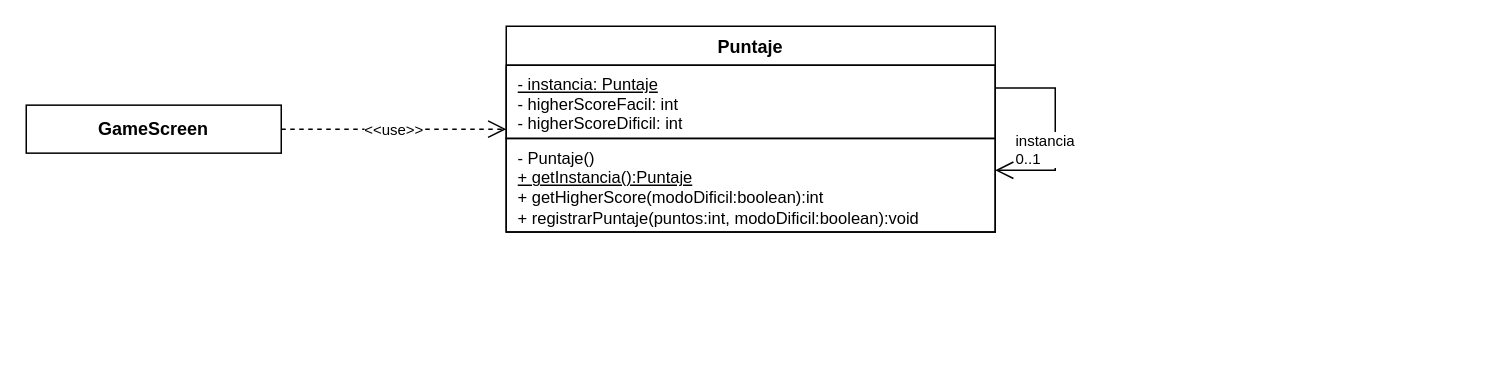
Above: docs/uml-gm6-singleton.drawio in The-Nick-J/GM-Lluvia (draw.io), before the change. Source tidied: cells renumbered, new cells numbered last; positions are measured from the earlier drawing's top-left corner, leaving out a move shared by most shapes. Both pictures are drawn from the tidied source at 150%, with x=0, y=0 at pixel (26, 26).
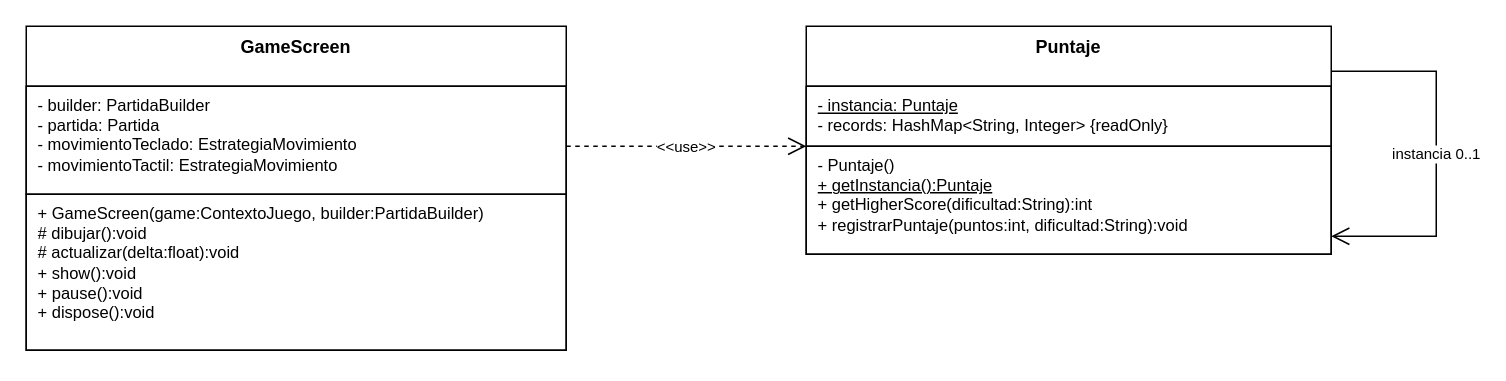
After the change.

The edit, as a diff of the source:
```diff
@@
 <mxGraphModel background="#ffffff">
   <root>
     <mxCell id="0" />
     <mxCell id="1" parent="0" />
+    <mxCell id="5" value="&lt;b&gt;GameScreen&lt;/b&gt;" style="swimlane;fontStyle=0;html=1;align=center;verticalAlign=top;horizontal=1;startSize=40;whiteSpace=wrap;fillColor=#ffffff;swimlaneFillColor=#ffffff;strokeColor=#000000;fontSize=12;fontFamily=Arial;fontColor=#000000;" parent="1" vertex="1">
+      <mxGeometry width="360" height="216" as="geometry" />
+    </mxCell>
+    <mxCell id="9" value="- builder: PartidaBuilder&lt;br&gt;- partida: Partida&lt;br&gt;- movimientoTeclado: EstrategiaMovimiento&lt;br&gt;- movimientoTactil: EstrategiaMovimiento" style="text;html=1;fillColor=none;align=left;verticalAlign=top;spacingLeft=6;spacingRight=4;overflow=hidden;whiteSpace=wrap;fontSize=11;strokeColor=#000000;fontFamily=Arial;fontColor=#000000;" parent="5" vertex="1">
+      <mxGeometry y="40" width="360" height="72" as="geometry" />
+    </mxCell>
+    <mxCell id="10" value="+ GameScreen(game:ContextoJuego, builder:PartidaBuilder)&lt;br&gt;# dibujar():void&lt;br&gt;# actualizar(delta:float):void&lt;br&gt;+ show():void&lt;br&gt;+ pause():void&lt;br&gt;+ dispose():void" style="text;html=1;fillColor=none;align=left;verticalAlign=top;spacingLeft=6;spacingRight=4;overflow=hidden;whiteSpace=wrap;fontSize=11;strokeColor=#000000;fontFamily=Arial;fontColor=#000000;" parent="5" vertex="1">
+      <mxGeometry y="112" width="360" height="104" as="geometry" />
+    </mxCell>
-    <mxCell id="2" value="&lt;b&gt;Puntaje&lt;/b&gt;" style="swimlane;fontStyle=0;html=1;align=center;verticalAlign=top;horizontal=1;startSize=26;whiteSpace=wrap;fillColor=#ffffff;swimlaneFillColor=#ffffff;strokeColor=#000000;fontSize=12;fontFamily=Arial;fontColor=#000000;" parent="1" vertex="1">
-      <mxGeometry x="320" width="326" height="137.2" as="geometry" />
+    <mxCell id="2" value="&lt;b&gt;Puntaje&lt;/b&gt;" style="swimlane;fontStyle=0;html=1;align=center;verticalAlign=top;horizontal=1;startSize=40;whiteSpace=wrap;fillColor=#ffffff;swimlaneFillColor=#ffffff;strokeColor=#000000;fontSize=12;fontFamily=Arial;fontColor=#000000;" parent="1" vertex="1">
+      <mxGeometry x="520" width="350" height="152" as="geometry" />
     </mxCell>
-    <mxCell id="3" value="&lt;u&gt;- instancia: Puntaje&lt;/u&gt;&lt;br&gt;- higherScoreFacil: int&lt;br&gt;- higherScoreDificil: int" style="text;html=1;fillColor=none;align=left;verticalAlign=top;spacingLeft=6;spacingRight=4;overflow=hidden;whiteSpace=wrap;fontSize=11;fontFamily=Arial;fontColor=#000000;strokeColor=#000000;" parent="2" vertex="1">
-      <mxGeometry y="26" width="326" height="48.8" as="geometry" />
-    </mxCell>
-    <mxCell id="4" value="- Puntaje()&lt;br&gt;&lt;u&gt;+ getInstancia():Puntaje&lt;/u&gt;&lt;br&gt;+ getHigherScore(modoDificil:boolean):int&lt;br&gt;+ registrarPuntaje(puntos:int, modoDificil:boolean):void" style="text;html=1;fillColor=none;align=left;verticalAlign=top;spacingLeft=6;spacingRight=4;overflow=hidden;whiteSpace=wrap;fontSize=11;fontFamily=Arial;fontColor=#000000;strokeColor=#000000;" parent="2" vertex="1">
-      <mxGeometry y="74.8" width="326" height="62.4" as="geometry" />
-    </mxCell>
-    <mxCell id="5" value="&lt;b&gt;GameScreen&lt;/b&gt;" style="rounded=0;whiteSpace=wrap;html=1;fillColor=#ffffff;strokeColor=#000000;fontSize=12;fontFamily=Arial;fontColor=#000000;" parent="1" vertex="1">
-      <mxGeometry y="52.6" width="170" height="32" as="geometry" />
-    </mxCell>
+    <mxCell id="11" value="&lt;u&gt;- instancia: Puntaje&lt;/u&gt;&lt;br&gt;- records: HashMap&amp;lt;String, Integer&amp;gt; {readOnly}" style="text;html=1;fillColor=none;align=left;verticalAlign=top;spacingLeft=6;spacingRight=4;overflow=hidden;whiteSpace=wrap;fontSize=11;strokeColor=#000000;fontFamily=Arial;fontColor=#000000;" parent="2" vertex="1">
+      <mxGeometry y="40" width="350" height="40" as="geometry" />
+    </mxCell>
+    <mxCell id="12" value="- Puntaje()&lt;br&gt;&lt;u&gt;+ getInstancia():Puntaje&lt;/u&gt;&lt;br&gt;+ getHigherScore(dificultad:String):int&lt;br&gt;+ registrarPuntaje(puntos:int, dificultad:String):void" style="text;html=1;fillColor=none;align=left;verticalAlign=top;spacingLeft=6;spacingRight=4;overflow=hidden;whiteSpace=wrap;fontSize=11;strokeColor=#000000;fontFamily=Arial;fontColor=#000000;" parent="2" vertex="1">
+      <mxGeometry y="80" width="350" height="72" as="geometry" />
+    </mxCell>
-    <mxCell id="6" value="&amp;lt;&amp;lt;use&amp;gt;&amp;gt;" style="edgeStyle=orthogonalEdgeStyle;rounded=0;html=1;fontSize=10;jumpStyle=arc;jumpSize=8;strokeColor=#000000;labelBackgroundColor=#ffffff;fontFamily=Arial;fontColor=#000000;endArrow=open;endFill=0;endSize=10;dashed=1;exitX=1;exitY=0.5;exitDx=0;exitDy=0;entryX=0;entryY=0.5;entryDx=0;entryDy=0;" parent="1" edge="1" source="5" target="2">
+    <mxCell id="6" value="&amp;lt;&amp;lt;use&amp;gt;&amp;gt;" style="edgeStyle=orthogonalEdgeStyle;rounded=0;html=1;fontSize=10;jumpStyle=arc;jumpSize=8;strokeColor=#000000;labelBackgroundColor=#ffffff;fontFamily=Arial;fontColor=#000000;endArrow=open;endFill=0;endSize=10;dashed=1;exitX=1;exitY=0.3704;exitDx=0;exitDy=0;entryX=0;entryY=0.5263;entryDx=0;entryDy=0;" parent="1" edge="1" source="5" target="2">
       <mxGeometry relative="1" as="geometry" />
     </mxCell>
-    <mxCell id="7" style="edgeStyle=orthogonalEdgeStyle;rounded=0;html=1;fontSize=10;jumpStyle=arc;jumpSize=8;strokeColor=#000000;labelBackgroundColor=#ffffff;fontFamily=Arial;fontColor=#000000;endArrow=open;endFill=0;endSize=10;exitX=1;exitY=0.3;exitDx=0;exitDy=0;entryX=1;entryY=0.7;entryDx=0;entryDy=0;" parent="1" edge="1" source="2" target="2">
-      <mxGeometry relative="1" as="geometry">
-        <Array as="points">
-          <mxPoint x="686" y="41" />
-          <mxPoint x="686" y="96" />
-        </Array>
-      </mxGeometry>
-    </mxCell>
-    <mxCell id="8" value="instancia&lt;br&gt;0..1" style="edgeLabel;html=1;labelPosition=right;align=left;verticalLabelPosition=top;verticalAlign=bottom;fontSize=10;labelBackgroundColor=#ffffff;fontFamily=Arial;fontColor=#000000;" parent="7" vertex="1">
-      <mxGeometry x="1" relative="1" as="geometry">
-        <mxPoint x="12" as="offset" />
+    <mxCell id="8" value="instancia 0..1" style="edgeStyle=orthogonalEdgeStyle;rounded=0;html=1;fontSize=10;jumpStyle=arc;jumpSize=8;strokeColor=#000000;labelBackgroundColor=#ffffff;fontFamily=Arial;fontColor=#000000;endArrow=open;endFill=0;endSize=10;exitX=1;exitY=0.1974;exitDx=0;exitDy=0;entryX=1;entryY=0.9211;entryDx=0;entryDy=0;" parent="1" edge="1" source="2" target="2">
+      <mxGeometry relative="1" as="geometry">
+        <Array as="points">
+          <mxPoint x="940" y="30" />
+          <mxPoint x="940" y="140" />
+        </Array>
       </mxGeometry>
     </mxCell>
   </root>
 </mxGraphModel>
```
